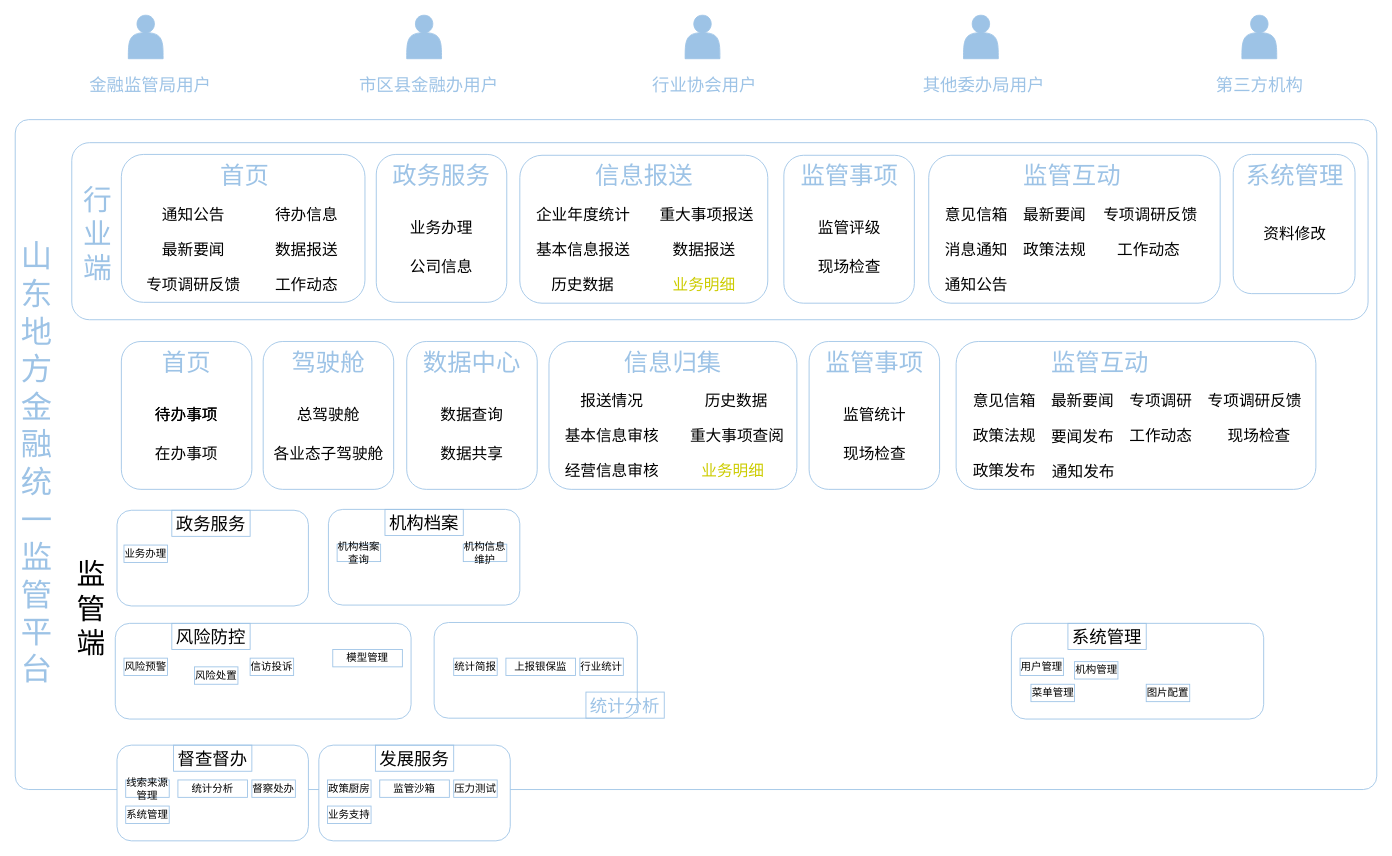
Before: 未命名绘图.drawio in huanhuanjie/dream, a draw.io diagram. Source tidied: cells renumbered, new cells numbered last; positions are measured from the earlier drawing's top-left corner, leaving out a move shared by most shapes. Both pictures are drawn from the tidied source at 87%, with x=0, y=0 at pixel (15, 15).
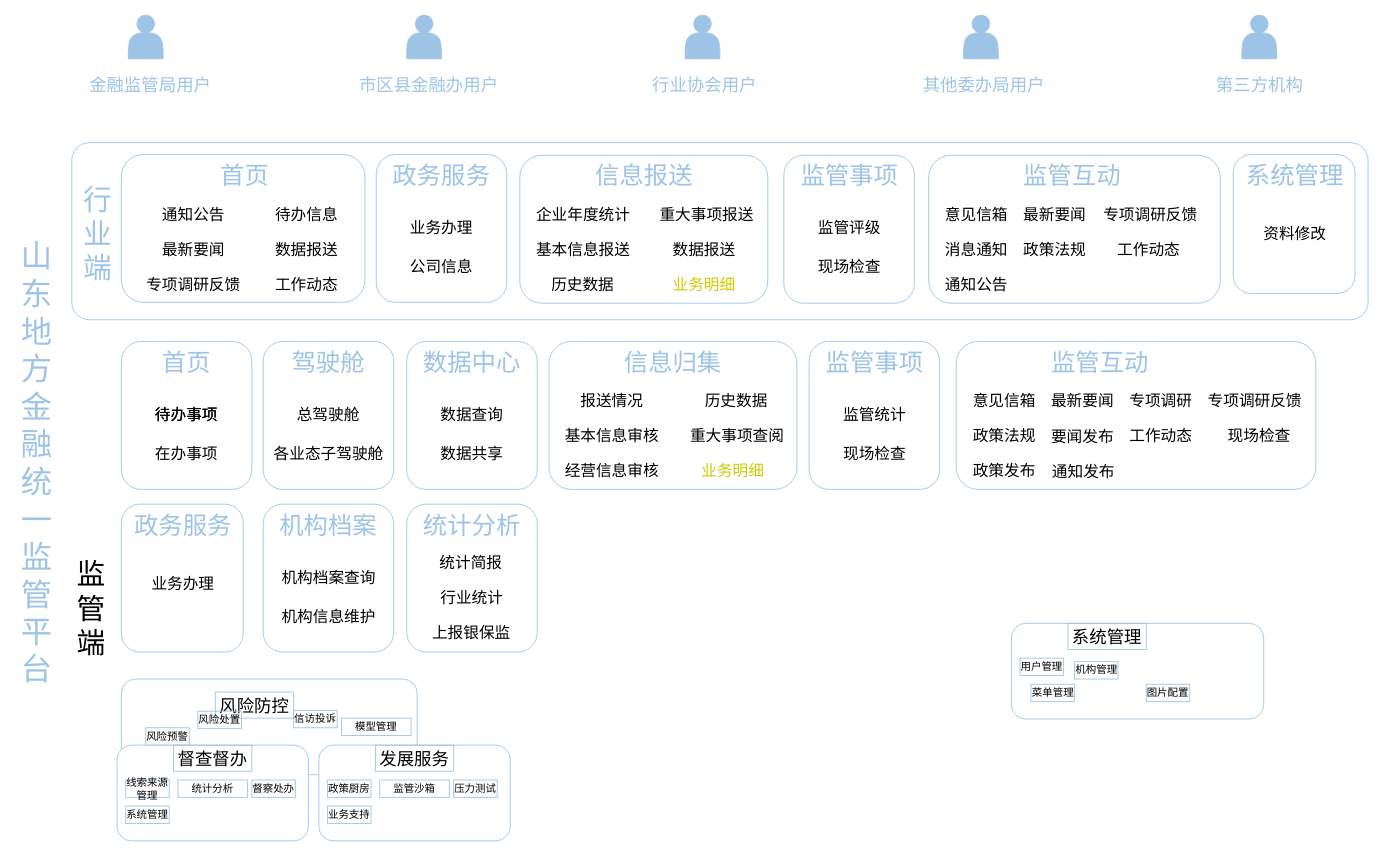
The same page after the edit.

Commit message (it also covers changes not shown here):
更新未命名绘图.drawio

The edit, as a diff of the source:
```diff
@@
-    <mxCell id="4" style="rounded=1;whiteSpace=wrap;html=1;strokeColor=#9DC3E6;arcSize=2;" parent="1" vertex="1">
-      <mxGeometry y="120" width="1565" height="770" as="geometry" />
-    </mxCell>
@@
-    <mxCell id="44" style="rounded=1;whiteSpace=wrap;html=1;strokeColor=#9DC3E6;" parent="1" vertex="1">
-      <mxGeometry x="117" y="569" width="220" height="110" as="geometry" />
-    </mxCell>
-    <mxCell id="45" value="政务服务" style="text;html=1;strokeColor=#9DC3E6;fillColor=none;align=center;verticalAlign=middle;whiteSpace=wrap;rounded=0;fontSize=20;" parent="1" vertex="1">
-      <mxGeometry x="180" y="569" width="90" height="30" as="geometry" />
-    </mxCell>
-    <mxCell id="46" value="业务办理" style="text;html=1;strokeColor=#9DC3E6;fillColor=none;align=center;verticalAlign=middle;whiteSpace=wrap;rounded=0;" parent="1" vertex="1">
-      <mxGeometry x="125" y="609" width="50" height="20" as="geometry" />
-    </mxCell>
-    <mxCell id="47" style="rounded=1;whiteSpace=wrap;html=1;strokeColor=#9DC3E6;" parent="1" vertex="1">
-      <mxGeometry x="360" y="568" width="220" height="110" as="geometry" />
-    </mxCell>
-    <mxCell id="48" value="机构档案" style="text;html=1;strokeColor=#9DC3E6;fillColor=none;align=center;verticalAlign=middle;whiteSpace=wrap;rounded=0;fontSize=20;" parent="1" vertex="1">
-      <mxGeometry x="425" y="568" width="90" height="30" as="geometry" />
-    </mxCell>
-    <mxCell id="49" value="机构档案查询" style="text;html=1;strokeColor=#9DC3E6;fillColor=none;align=center;verticalAlign=middle;whiteSpace=wrap;rounded=0;" parent="1" vertex="1">
-      <mxGeometry x="370" y="608" width="50" height="20" as="geometry" />
-    </mxCell>
-    <mxCell id="50" value="机构信息维护" style="text;html=1;strokeColor=#9DC3E6;fillColor=none;align=center;verticalAlign=middle;whiteSpace=wrap;rounded=0;" parent="1" vertex="1">
-      <mxGeometry x="515" y="608" width="50" height="20" as="geometry" />
-    </mxCell>
     <mxCell id="51" style="rounded=1;whiteSpace=wrap;html=1;strokeColor=#9DC3E6;" parent="1" vertex="1">
-      <mxGeometry x="115" y="699" width="340" height="110" as="geometry" />
+      <mxGeometry x="122" y="763" width="340" height="110" as="geometry" />
     </mxCell>
     <mxCell id="52" value="风险防控" style="text;html=1;strokeColor=#9DC3E6;fillColor=none;align=center;verticalAlign=middle;whiteSpace=wrap;rounded=0;fontSize=20;" parent="1" vertex="1">
-      <mxGeometry x="180" y="699" width="90" height="30" as="geometry" />
+      <mxGeometry x="230" y="778" width="90" height="30" as="geometry" />
     </mxCell>
     <mxCell id="53" value="模型管理" style="text;html=1;strokeColor=#9DC3E6;fillColor=none;align=center;verticalAlign=middle;whiteSpace=wrap;rounded=0;" parent="1" vertex="1">
-      <mxGeometry x="365" y="729" width="80" height="20" as="geometry" />
+      <mxGeometry x="375" y="808" width="80" height="20" as="geometry" />
     </mxCell>
     <mxCell id="54" value="信访投诉" style="text;html=1;strokeColor=#9DC3E6;fillColor=none;align=center;verticalAlign=middle;whiteSpace=wrap;rounded=0;" parent="1" vertex="1">
-      <mxGeometry x="270" y="739" width="50" height="20" as="geometry" />
+      <mxGeometry x="320" y="799" width="50" height="20" as="geometry" />
     </mxCell>
     <mxCell id="55" value="风险预警" style="text;html=1;strokeColor=#9DC3E6;fillColor=none;align=center;verticalAlign=middle;whiteSpace=wrap;rounded=0;" parent="1" vertex="1">
-      <mxGeometry x="125" y="739" width="50" height="20" as="geometry" />
+      <mxGeometry x="150" y="819" width="50" height="20" as="geometry" />
     </mxCell>
-    <mxCell id="56" style="rounded=1;whiteSpace=wrap;html=1;strokeColor=#9DC3E6;" parent="1" vertex="1">
-      <mxGeometry x="481.5" y="698" width="233.5" height="110" as="geometry" />
-    </mxCell>
-    <mxCell id="57" value="&lt;font color=&quot;#9dc3e6&quot;&gt;统计分析&lt;/font&gt;" style="text;html=1;strokeColor=#9DC3E6;fillColor=none;align=center;verticalAlign=middle;whiteSpace=wrap;rounded=0;fontSize=20;" parent="1" vertex="1">
-      <mxGeometry x="656" y="778" width="90" height="30" as="geometry" />
-    </mxCell>
-    <mxCell id="58" value="统计简报" style="text;html=1;strokeColor=#9DC3E6;fillColor=none;align=center;verticalAlign=middle;whiteSpace=wrap;rounded=0;" parent="1" vertex="1">
-      <mxGeometry x="504" y="739" width="50" height="20" as="geometry" />
-    </mxCell>
-    <mxCell id="59" value="上报银保监" style="text;html=1;strokeColor=#9DC3E6;fillColor=none;align=center;verticalAlign=middle;whiteSpace=wrap;rounded=0;" parent="1" vertex="1">
-      <mxGeometry x="564" y="739" width="80" height="20" as="geometry" />
-    </mxCell>
-    <mxCell id="60" value="行业统计" style="text;html=1;strokeColor=#9DC3E6;fillColor=none;align=center;verticalAlign=middle;whiteSpace=wrap;rounded=0;" parent="1" vertex="1">
-      <mxGeometry x="649" y="739" width="50" height="20" as="geometry" />
-    </mxCell>
@@
     <mxCell id="67" value="风险处置" style="text;html=1;strokeColor=#9DC3E6;fillColor=none;align=center;verticalAlign=middle;whiteSpace=wrap;rounded=0;" parent="1" vertex="1">
-      <mxGeometry x="206" y="749" width="50" height="20" as="geometry" />
+      <mxGeometry x="210" y="800" width="50" height="20" as="geometry" />
     </mxCell>
@@
+    <mxCell id="129" style="rounded=1;whiteSpace=wrap;html=1;strokeColor=#9DC3E6;" parent="1" vertex="1">
+      <mxGeometry x="122" y="562" width="140" height="170" as="geometry" />
+    </mxCell>
+    <mxCell id="46" value="&lt;span style=&quot;font-size: 18px;&quot;&gt;业务办理&lt;/span&gt;" style="text;html=1;strokeColor=none;fillColor=none;align=center;verticalAlign=middle;whiteSpace=wrap;rounded=0;" parent="1" vertex="1">
+      <mxGeometry x="153" y="643.5" width="80" height="20" as="geometry" />
+    </mxCell>
+    <mxCell id="45" value="&lt;font color=&quot;#9dc3e6&quot;&gt;&lt;span style=&quot;font-size: 28px;&quot;&gt;政务服务&lt;/span&gt;&lt;/font&gt;" style="text;html=1;strokeColor=none;fillColor=none;align=center;verticalAlign=middle;whiteSpace=wrap;rounded=0;fontSize=20;" parent="1" vertex="1">
+      <mxGeometry x="133" y="572" width="120" height="30" as="geometry" />
+    </mxCell>
+    <mxCell id="130" style="rounded=1;whiteSpace=wrap;html=1;strokeColor=#9DC3E6;" parent="1" vertex="1">
+      <mxGeometry x="285" y="562" width="150" height="170" as="geometry" />
+    </mxCell>
+    <mxCell id="49" value="&lt;p class=&quot;MsoNormal&quot;&gt;&lt;font style=&quot;font-size: 18px;&quot;&gt;机构档案查询&lt;/font&gt;&lt;/p&gt;" style="text;html=1;strokeColor=none;fillColor=none;align=center;verticalAlign=middle;whiteSpace=wrap;rounded=0;" parent="1" vertex="1">
+      <mxGeometry x="292.5" y="637" width="135" height="20" as="geometry" />
+    </mxCell>
+    <mxCell id="50" value="&lt;p class=&quot;MsoNormal&quot;&gt;&lt;span style=&quot;font-size: 18px;&quot;&gt;机构信息维护&lt;/span&gt;&lt;/p&gt;" style="text;html=1;strokeColor=none;fillColor=none;align=center;verticalAlign=middle;whiteSpace=wrap;rounded=0;" parent="1" vertex="1">
+      <mxGeometry x="292.5" y="682" width="135" height="20" as="geometry" />
+    </mxCell>
+    <mxCell id="48" value="&lt;font color=&quot;#9dc3e6&quot;&gt;&lt;span style=&quot;font-size: 28px;&quot;&gt;机构档案&lt;/span&gt;&lt;/font&gt;" style="text;html=1;strokeColor=none;fillColor=none;align=center;verticalAlign=middle;whiteSpace=wrap;rounded=0;fontSize=20;" parent="1" vertex="1">
+      <mxGeometry x="300" y="572" width="120" height="30" as="geometry" />
+    </mxCell>
+    <mxCell id="131" style="rounded=1;whiteSpace=wrap;html=1;strokeColor=#9DC3E6;" parent="1" vertex="1">
+      <mxGeometry x="450" y="562" width="150" height="170" as="geometry" />
+    </mxCell>
+    <mxCell id="60" value="&lt;p class=&quot;MsoNormal&quot;&gt;&lt;span style=&quot;font-size: 18px;&quot;&gt;行业统计&lt;/span&gt;&lt;/p&gt;" style="text;html=1;strokeColor=none;fillColor=none;align=center;verticalAlign=middle;whiteSpace=wrap;rounded=0;" parent="1" vertex="1">
+      <mxGeometry x="485" y="660" width="80" height="20" as="geometry" />
+    </mxCell>
+    <mxCell id="57" value="&lt;font color=&quot;#9dc3e6&quot;&gt;&lt;span style=&quot;font-size: 28px;&quot;&gt;统计分析&lt;/span&gt;&lt;/font&gt;" style="text;html=1;strokeColor=none;fillColor=none;align=center;verticalAlign=middle;whiteSpace=wrap;rounded=0;fontSize=20;" parent="1" vertex="1">
+      <mxGeometry x="465" y="572" width="120" height="30" as="geometry" />
+    </mxCell>
+    <mxCell id="58" value="&lt;p class=&quot;MsoNormal&quot;&gt;&lt;font style=&quot;font-size: 18px;&quot;&gt;统计简报&lt;/font&gt;&lt;/p&gt;" style="text;html=1;strokeColor=none;fillColor=none;align=center;verticalAlign=middle;whiteSpace=wrap;rounded=0;" parent="1" vertex="1">
+      <mxGeometry x="484" y="620" width="80" height="20" as="geometry" />
+    </mxCell>
+    <mxCell id="59" value="&lt;p class=&quot;MsoNormal&quot;&gt;&lt;font style=&quot;font-size: 18px;&quot;&gt;上报银保监&lt;/font&gt;&lt;/p&gt;" style="text;html=1;strokeColor=none;fillColor=none;align=center;verticalAlign=middle;whiteSpace=wrap;rounded=0;" parent="1" vertex="1">
+      <mxGeometry x="469" y="700" width="111" height="20" as="geometry" />
+    </mxCell>
```
